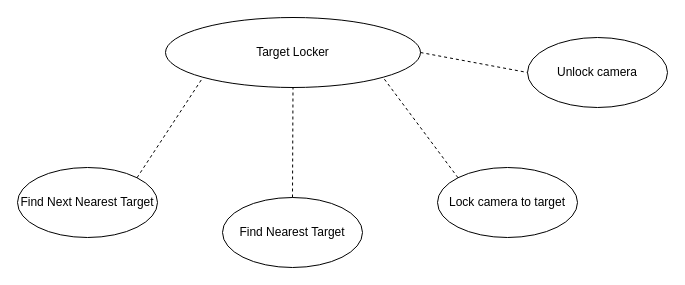
Earlier version of the draw.io diagram page "Target Locker" (9 of 11) of Diagrams/Mechanics Overview.drawio (NotTom31/MechroKnights). Source tidied: cells renumbered, new cells numbered last; positions are measured from the earlier drawing's top-left corner, leaving out a move shared by most shapes. Both pictures are drawn from the tidied source at 100%, with x=0, y=0 at pixel (17, 17).
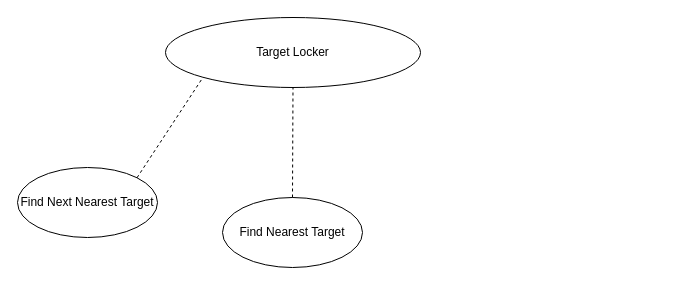
The same page after the edit.

Change to the diagram source:
```diff
@@
 <mxGraphModel>
   <root>
     <mxCell id="0" />
     <mxCell id="1" parent="0" />
     <mxCell id="2" value="Target Locker" style="ellipse;whiteSpace=wrap;html=1;" parent="1" vertex="1">
       <mxGeometry x="148" width="255" height="70" as="geometry" />
     </mxCell>
     <mxCell id="3" value="Find Nearest Target" style="ellipse;whiteSpace=wrap;html=1;" parent="1" vertex="1">
       <mxGeometry x="205" y="180" width="140" height="70" as="geometry" />
     </mxCell>
     <mxCell id="4" style="endArrow=none;dashed=1;html=1;rounded=0;entryX=0.5;entryY=1;entryDx=0;entryDy=0;exitX=0.5;exitY=0;exitDx=0;exitDy=0;" parent="1" edge="1" source="3" target="2">
       <mxGeometry relative="1" as="geometry" />
     </mxCell>
-    <mxCell id="5" value="Lock camera to target" style="ellipse;whiteSpace=wrap;html=1;" parent="1" vertex="1">
-      <mxGeometry x="420" y="150" width="140" height="70" as="geometry" />
-    </mxCell>
-    <mxCell id="6" style="endArrow=none;dashed=1;html=1;rounded=0;entryX=1;entryY=1;entryDx=0;entryDy=0;exitX=0;exitY=0;exitDx=0;exitDy=0;" parent="1" edge="1" source="5" target="2">
-      <mxGeometry relative="1" as="geometry" />
-    </mxCell>
     <mxCell id="7" value="Find Next Nearest Target" style="ellipse;whiteSpace=wrap;html=1;" parent="1" vertex="1">
       <mxGeometry y="150" width="140" height="70" as="geometry" />
     </mxCell>
     <mxCell id="8" style="endArrow=none;dashed=1;html=1;rounded=0;exitX=1;exitY=0;exitDx=0;exitDy=0;entryX=0;entryY=1;entryDx=0;entryDy=0;" parent="1" edge="1" source="7" target="2">
       <mxGeometry relative="1" as="geometry" />
     </mxCell>
-    <mxCell id="9" value="Unlock camera" style="ellipse;whiteSpace=wrap;html=1;" parent="1" vertex="1">
-      <mxGeometry x="510" y="20" width="140" height="70" as="geometry" />
-    </mxCell>
-    <mxCell id="10" style="endArrow=none;dashed=1;html=1;rounded=0;exitX=1;exitY=0.5;exitDx=0;exitDy=0;entryX=0;entryY=0.5;entryDx=0;entryDy=0;" parent="1" edge="1" source="2" target="9">
-      <mxGeometry relative="1" as="geometry" />
-    </mxCell>
   </root>
 </mxGraphModel>
```
